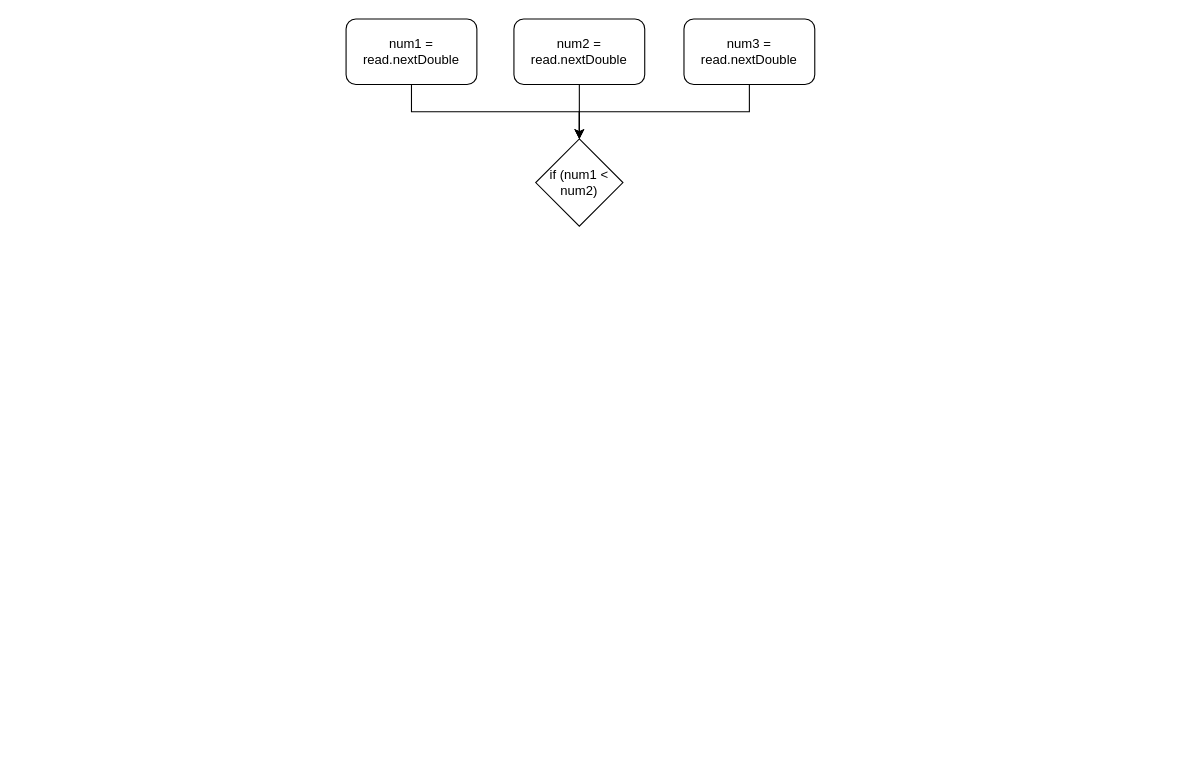
Earlier version of the draw.io diagram bin/ejercicio5/Ejercicio5.drawio (antonionavarro04/Tema2Boletin1). Source tidied: cells renumbered, new cells numbered last; positions are measured from the earlier drawing's top-left corner, leaving out a move shared by most shapes. Both pictures are drawn from the tidied source at 109%, with x=0, y=0 at pixel (346, 19).
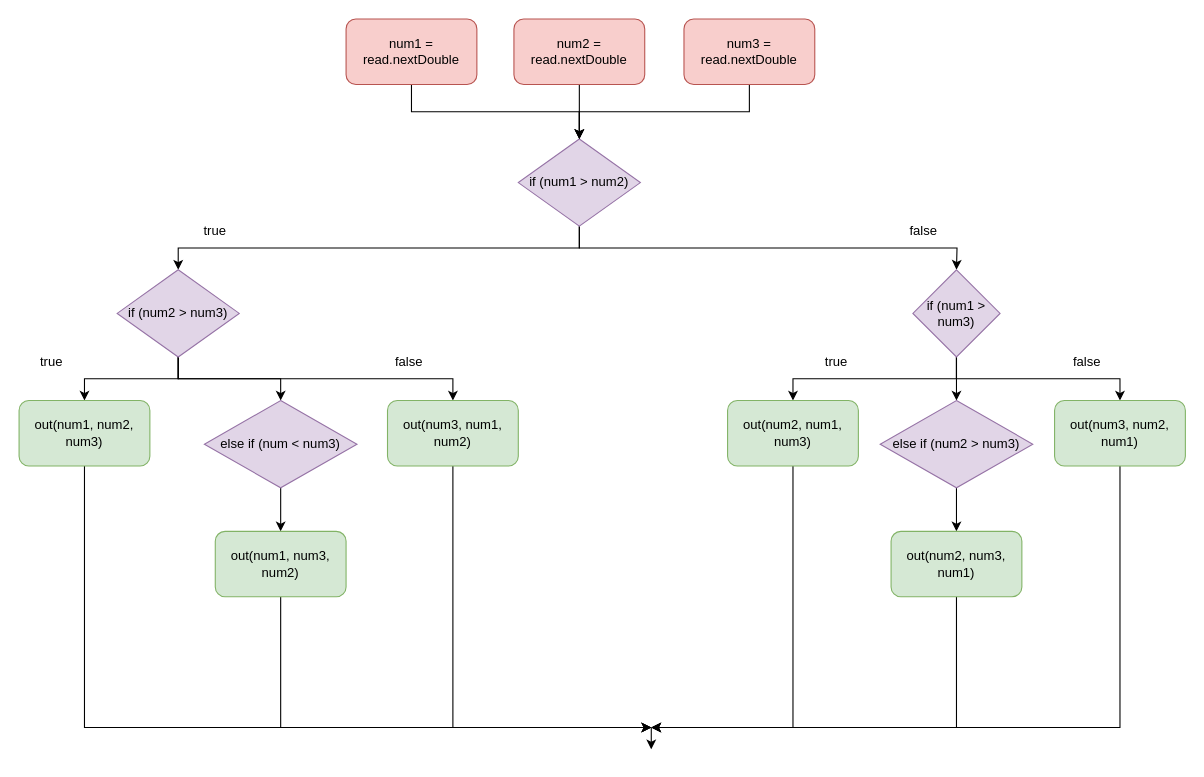
The same page after the edit.

Diff of the diagram source:
```diff
@@
+    <mxCell id="9" style="edgeStyle=orthogonalEdgeStyle;rounded=0;jettySize=auto;html=1;exitX=0.5;exitY=1;exitDx=0;exitDy=0;entryX=0.5;entryY=0;entryDx=0;entryDy=0;" parent="1" edge="1" source="2" target="14">
+      <mxGeometry relative="1" as="geometry" />
+    </mxCell>
+    <mxCell id="10" style="edgeStyle=orthogonalEdgeStyle;rounded=0;jettySize=auto;html=1;exitX=0.5;exitY=1;exitDx=0;exitDy=0;entryX=0.5;entryY=0;entryDx=0;entryDy=0;" parent="1" edge="1" source="2">
+      <mxGeometry relative="1" as="geometry">
+        <mxPoint x="560" y="230" as="targetPoint" />
+      </mxGeometry>
+    </mxCell>
-    <mxCell id="2" value="if (num1 &amp;lt; num2)" style="rhombus;whiteSpace=wrap;html=1;" parent="1" vertex="1">
-      <mxGeometry x="174" y="110" width="80" height="80" as="geometry" />
+    <mxCell id="2" value="if (num1 &amp;gt; num2)" style="rhombus;whiteSpace=wrap;html=1;fillColor=#e1d5e7;strokeColor=#9673a6;" parent="1" vertex="1">
+      <mxGeometry x="158" y="110" width="112" height="80" as="geometry" />
     </mxCell>
@@
-    <mxCell id="4" value="num1 = read.nextDouble" style="rounded=1;whiteSpace=wrap;html=1;" parent="1" vertex="1">
+    <mxCell id="4" value="num1 = read.nextDouble" style="rounded=1;whiteSpace=wrap;html=1;fillColor=#f8cecc;strokeColor=#b85450;" parent="1" vertex="1">
       <mxGeometry width="120" height="60" as="geometry" />
     </mxCell>
@@
-    <mxCell id="6" value="num2 = read.nextDouble" style="rounded=1;whiteSpace=wrap;html=1;" parent="1" vertex="1">
+    <mxCell id="6" value="num2 = read.nextDouble" style="rounded=1;whiteSpace=wrap;html=1;fillColor=#f8cecc;strokeColor=#b85450;" parent="1" vertex="1">
       <mxGeometry x="154" width="120" height="60" as="geometry" />
     </mxCell>
@@
-    <mxCell id="8" value="num3 = read.nextDouble" style="rounded=1;whiteSpace=wrap;html=1;" parent="1" vertex="1">
+    <mxCell id="8" value="num3 = read.nextDouble" style="rounded=1;whiteSpace=wrap;html=1;fillColor=#f8cecc;strokeColor=#b85450;" parent="1" vertex="1">
       <mxGeometry x="310" width="120" height="60" as="geometry" />
     </mxCell>
+    <mxCell id="11" style="edgeStyle=orthogonalEdgeStyle;rounded=0;jettySize=auto;html=1;exitX=0.5;exitY=1;exitDx=0;exitDy=0;entryX=0.5;entryY=0;entryDx=0;entryDy=0;" parent="1" edge="1" source="14" target="16">
+      <mxGeometry relative="1" as="geometry" />
+    </mxCell>
+    <mxCell id="12" style="edgeStyle=orthogonalEdgeStyle;rounded=0;jettySize=auto;html=1;exitX=0.5;exitY=1;exitDx=0;exitDy=0;entryX=0.5;entryY=0;entryDx=0;entryDy=0;" parent="1" edge="1" source="14" target="18">
+      <mxGeometry relative="1" as="geometry" />
+    </mxCell>
+    <mxCell id="13" style="edgeStyle=orthogonalEdgeStyle;rounded=0;jettySize=auto;html=1;exitX=0.5;exitY=1;exitDx=0;exitDy=0;entryX=0.5;entryY=0;entryDx=0;entryDy=0;" parent="1" edge="1" source="14" target="22">
+      <mxGeometry relative="1" as="geometry" />
+    </mxCell>
+    <mxCell id="14" value="if (num2 &amp;gt; num3)" style="rhombus;whiteSpace=wrap;html=1;fillColor=#e1d5e7;strokeColor=#9673a6;" parent="1" vertex="1">
+      <mxGeometry x="-210" y="230" width="112" height="80" as="geometry" />
+    </mxCell>
+    <mxCell id="15" style="edgeStyle=orthogonalEdgeStyle;rounded=0;jettySize=auto;html=1;exitX=0.5;exitY=1;exitDx=0;exitDy=0;" parent="1" edge="1" source="16">
+      <mxGeometry relative="1" as="geometry">
+        <mxPoint x="280" y="650" as="targetPoint" />
+        <Array as="points">
+          <mxPoint x="-240" y="650" />
+        </Array>
+      </mxGeometry>
+    </mxCell>
+    <mxCell id="16" value="out(num1, num2, num3)" style="rounded=1;whiteSpace=wrap;html=1;fillColor=#d5e8d4;strokeColor=#82b366;" parent="1" vertex="1">
+      <mxGeometry x="-300" y="350" width="120" height="60" as="geometry" />
+    </mxCell>
+    <mxCell id="17" style="edgeStyle=orthogonalEdgeStyle;rounded=0;jettySize=auto;html=1;exitX=0.5;exitY=1;exitDx=0;exitDy=0;entryX=0.5;entryY=0;entryDx=0;entryDy=0;" parent="1" edge="1" source="18" target="20">
+      <mxGeometry relative="1" as="geometry" />
+    </mxCell>
+    <mxCell id="18" value="else if (num &amp;lt; num3)" style="rhombus;whiteSpace=wrap;html=1;fillColor=#e1d5e7;strokeColor=#9673a6;" parent="1" vertex="1">
+      <mxGeometry x="-130" y="350" width="140" height="80" as="geometry" />
+    </mxCell>
+    <mxCell id="19" style="edgeStyle=orthogonalEdgeStyle;rounded=0;jettySize=auto;html=1;exitX=0.5;exitY=1;exitDx=0;exitDy=0;" parent="1" edge="1" source="20">
+      <mxGeometry relative="1" as="geometry">
+        <mxPoint x="280" y="650" as="targetPoint" />
+        <Array as="points">
+          <mxPoint x="-60" y="650" />
+        </Array>
+      </mxGeometry>
+    </mxCell>
+    <mxCell id="20" value="out(num1, num3, num2)" style="rounded=1;whiteSpace=wrap;html=1;fillColor=#d5e8d4;strokeColor=#82b366;" parent="1" vertex="1">
+      <mxGeometry x="-120" y="470" width="120" height="60" as="geometry" />
+    </mxCell>
+    <mxCell id="21" style="edgeStyle=orthogonalEdgeStyle;rounded=0;jettySize=auto;html=1;exitX=0.5;exitY=1;exitDx=0;exitDy=0;" parent="1" edge="1" source="22">
+      <mxGeometry relative="1" as="geometry">
+        <mxPoint x="280" y="650" as="targetPoint" />
+        <Array as="points">
+          <mxPoint x="98" y="650" />
+        </Array>
+      </mxGeometry>
+    </mxCell>
+    <mxCell id="22" value="out(num3, num1, num2)" style="rounded=1;whiteSpace=wrap;html=1;fillColor=#d5e8d4;strokeColor=#82b366;" parent="1" vertex="1">
+      <mxGeometry x="38" y="350" width="120" height="60" as="geometry" />
+    </mxCell>
+    <mxCell id="23" value="false" style="text;html=1;strokeColor=none;fillColor=none;align=center;verticalAlign=middle;whiteSpace=wrap;rounded=0;" parent="1" vertex="1">
+      <mxGeometry x="28" y="300" width="60" height="30" as="geometry" />
+    </mxCell>
+    <mxCell id="24" value="true" style="text;html=1;strokeColor=none;fillColor=none;align=center;verticalAlign=middle;whiteSpace=wrap;rounded=0;" parent="1" vertex="1">
+      <mxGeometry x="-300" y="300" width="60" height="30" as="geometry" />
+    </mxCell>
+    <mxCell id="25" value="true" style="text;html=1;strokeColor=none;fillColor=none;align=center;verticalAlign=middle;whiteSpace=wrap;rounded=0;" parent="1" vertex="1">
+      <mxGeometry x="-150" y="180" width="60" height="30" as="geometry" />
+    </mxCell>
+    <mxCell id="26" value="false" style="text;html=1;strokeColor=none;fillColor=none;align=center;verticalAlign=middle;whiteSpace=wrap;rounded=0;" parent="1" vertex="1">
+      <mxGeometry x="500" y="180" width="60" height="30" as="geometry" />
+    </mxCell>
+    <mxCell id="27" style="edgeStyle=orthogonalEdgeStyle;rounded=0;jettySize=auto;html=1;exitX=0.5;exitY=1;exitDx=0;exitDy=0;entryX=0.5;entryY=0;entryDx=0;entryDy=0;" parent="1" edge="1" source="30" target="32">
+      <mxGeometry relative="1" as="geometry" />
+    </mxCell>
+    <mxCell id="28" style="edgeStyle=orthogonalEdgeStyle;rounded=0;jettySize=auto;html=1;exitX=0.5;exitY=1;exitDx=0;exitDy=0;entryX=0.5;entryY=0;entryDx=0;entryDy=0;" parent="1" edge="1" source="30" target="34">
+      <mxGeometry relative="1" as="geometry" />
+    </mxCell>
+    <mxCell id="29" style="edgeStyle=orthogonalEdgeStyle;rounded=0;jettySize=auto;html=1;exitX=0.5;exitY=1;exitDx=0;exitDy=0;entryX=0.5;entryY=0;entryDx=0;entryDy=0;" parent="1" edge="1" source="30" target="36">
+      <mxGeometry relative="1" as="geometry" />
+    </mxCell>
+    <mxCell id="30" value="if (num1 &amp;gt; num3)" style="rhombus;whiteSpace=wrap;html=1;fillColor=#e1d5e7;strokeColor=#9673a6;" parent="1" vertex="1">
+      <mxGeometry x="520" y="230" width="80" height="80" as="geometry" />
+    </mxCell>
+    <mxCell id="31" style="edgeStyle=orthogonalEdgeStyle;rounded=0;jettySize=auto;html=1;exitX=0.5;exitY=1;exitDx=0;exitDy=0;entryX=0.5;entryY=0;entryDx=0;entryDy=0;" parent="1" edge="1" source="32" target="38">
+      <mxGeometry relative="1" as="geometry" />
+    </mxCell>
+    <mxCell id="32" value="else if (num2 &amp;gt; num3)" style="rhombus;whiteSpace=wrap;html=1;fillColor=#e1d5e7;strokeColor=#9673a6;" parent="1" vertex="1">
+      <mxGeometry x="490" y="350" width="140" height="80" as="geometry" />
+    </mxCell>
+    <mxCell id="33" style="edgeStyle=orthogonalEdgeStyle;rounded=0;jettySize=auto;html=1;exitX=0.5;exitY=1;exitDx=0;exitDy=0;" parent="1" edge="1" source="34">
+      <mxGeometry relative="1" as="geometry">
+        <mxPoint x="280" y="650" as="targetPoint" />
+        <Array as="points">
+          <mxPoint x="410" y="650" />
+        </Array>
+      </mxGeometry>
+    </mxCell>
+    <mxCell id="34" value="out(num2, num1, num3)" style="rounded=1;whiteSpace=wrap;html=1;fillColor=#d5e8d4;strokeColor=#82b366;" parent="1" vertex="1">
+      <mxGeometry x="350" y="350" width="120" height="60" as="geometry" />
+    </mxCell>
+    <mxCell id="35" style="edgeStyle=orthogonalEdgeStyle;rounded=0;jettySize=auto;html=1;exitX=0.5;exitY=1;exitDx=0;exitDy=0;" parent="1" edge="1" source="36">
+      <mxGeometry relative="1" as="geometry">
+        <mxPoint x="280" y="650" as="targetPoint" />
+        <Array as="points">
+          <mxPoint x="710" y="650" />
+        </Array>
+      </mxGeometry>
+    </mxCell>
+    <mxCell id="36" value="out(num3, num2, num1)" style="rounded=1;whiteSpace=wrap;html=1;fillColor=#d5e8d4;strokeColor=#82b366;" parent="1" vertex="1">
+      <mxGeometry x="650" y="350" width="120" height="60" as="geometry" />
+    </mxCell>
+    <mxCell id="37" style="edgeStyle=orthogonalEdgeStyle;rounded=0;jettySize=auto;html=1;exitX=0.5;exitY=1;exitDx=0;exitDy=0;" parent="1" edge="1" source="38">
+      <mxGeometry relative="1" as="geometry">
+        <mxPoint x="280" y="650" as="targetPoint" />
+        <Array as="points">
+          <mxPoint x="560" y="650" />
+        </Array>
+      </mxGeometry>
+    </mxCell>
+    <mxCell id="38" value="out(num2, num3, num1)" style="rounded=1;whiteSpace=wrap;html=1;fillColor=#d5e8d4;strokeColor=#82b366;" parent="1" vertex="1">
+      <mxGeometry x="500" y="470" width="120" height="60" as="geometry" />
+    </mxCell>
+    <mxCell id="39" style="endArrow=classic;html=1;rounded=0;" parent="1" edge="1">
+      <mxGeometry relative="1" as="geometry">
+        <mxPoint x="280" y="650" as="sourcePoint" />
+        <mxPoint x="280" y="670" as="targetPoint" />
+      </mxGeometry>
+    </mxCell>
+    <mxCell id="40" value="false" style="text;html=1;strokeColor=none;fillColor=none;align=center;verticalAlign=middle;whiteSpace=wrap;rounded=0;" parent="1" vertex="1">
+      <mxGeometry x="650" y="300" width="60" height="30" as="geometry" />
+    </mxCell>
+    <mxCell id="41" value="true" style="text;html=1;strokeColor=none;fillColor=none;align=center;verticalAlign=middle;whiteSpace=wrap;rounded=0;" parent="1" vertex="1">
+      <mxGeometry x="420" y="300" width="60" height="30" as="geometry" />
+    </mxCell>
```
